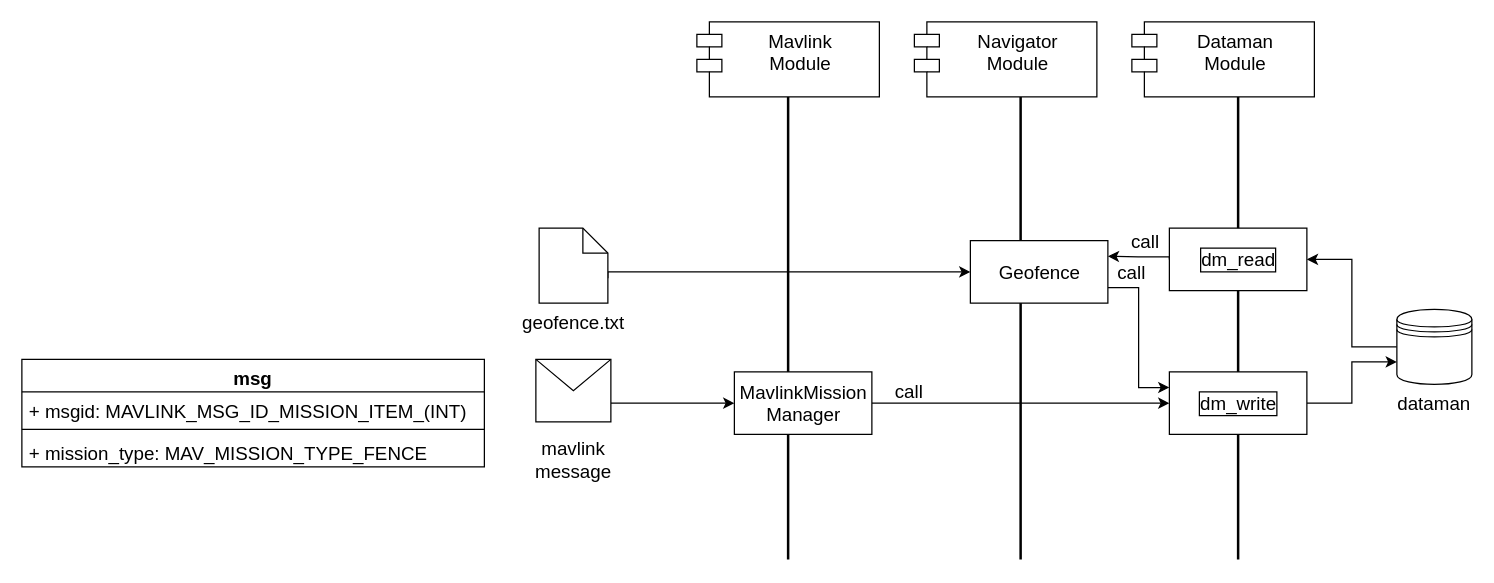
This is page "geofence" (1 of 3) of Untitled Diagram.drawio from sju0924/sju0924, a draw.io file, before an edit. Source tidied: cells renumbered, new cells numbered last; positions are measured from the earlier drawing's top-left corner, leaving out a move shared by most shapes. Both pictures are drawn from the tidied source at 125%, with x=0, y=0 at pixel (21, 21).
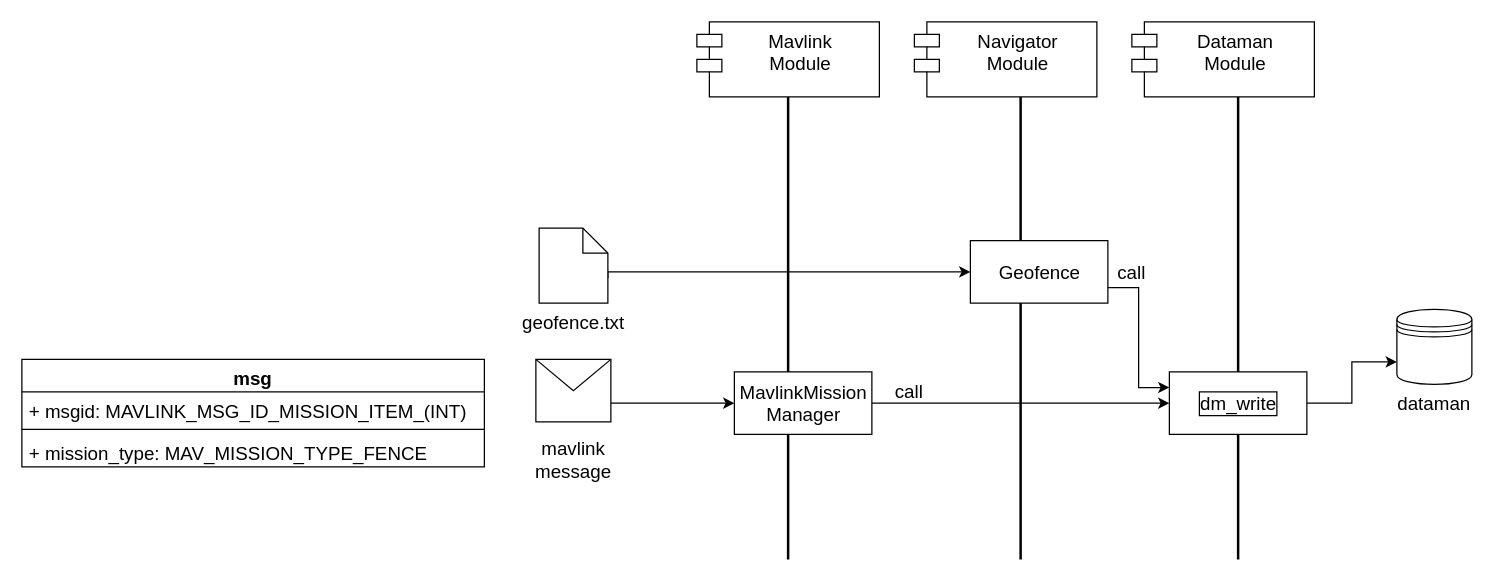
The same diagram, later.

The change refers to these unchanged cells:
```xml
<mxCell id="11" style="shape=datastore;whiteSpace=wrap;html=1;fontSize=15;" parent="1" vertex="1">
  <mxGeometry x="1100" y="230" width="60" height="60" as="geometry" />
</mxCell>
<mxCell id="18" value="Geofence" style="html=1;fontSize=15;" parent="1" vertex="1">
  <mxGeometry x="758.8" y="175" width="110" height="50" as="geometry" />
</mxCell>
```

The edit, as a diff of the source:
```diff
@@
-    <mxCell id="10" style="edgeStyle=orthogonalEdgeStyle;rounded=0;jettySize=auto;html=1;exitX=0;exitY=0.5;exitDx=0;exitDy=0;entryX=1;entryY=0.5;entryDx=0;entryDy=0;fontSize=15;" parent="1" edge="1" source="11" target="24">
-      <mxGeometry relative="1" as="geometry" />
-    </mxCell>
@@
-    <mxCell id="23" style="edgeStyle=orthogonalEdgeStyle;rounded=0;jettySize=auto;html=1;exitX=0;exitY=0.5;exitDx=0;exitDy=0;entryX=1;entryY=0.25;entryDx=0;entryDy=0;fontSize=15;" parent="1" edge="1" source="24" target="18">
-      <mxGeometry relative="1" as="geometry">
-        <Array as="points">
-          <mxPoint x="918" y="188" />
-          <mxPoint x="893" y="188" />
-        </Array>
-      </mxGeometry>
-    </mxCell>
-    <mxCell id="24" value="dm_read" style="html=1;fontSize=15;labelBorderColor=default;" parent="1" vertex="1">
-      <mxGeometry x="918" y="165" width="110" height="50" as="geometry" />
-    </mxCell>
@@
-    <mxCell id="30" value="call" style="text;html=1;strokeColor=none;fillColor=none;align=center;verticalAlign=middle;whiteSpace=wrap;rounded=0;fontSize=15;" parent="1" vertex="1">
-      <mxGeometry x="868.8" y="160" width="60" height="30" as="geometry" />
-    </mxCell>
```
